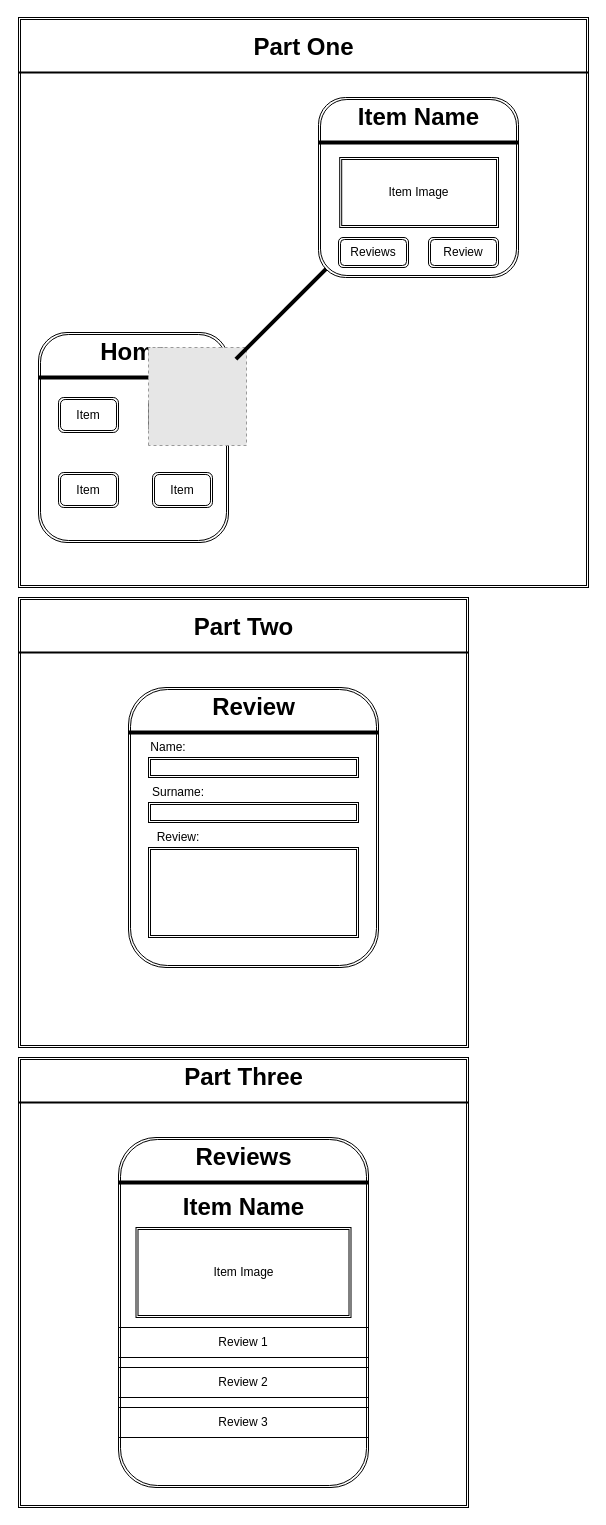
Before: Diagrams/Website Structure.drawio in ChesterEucrine/FormSite, a draw.io diagram. Source tidied: cells renumbered, new cells numbered last; positions are measured from the earlier drawing's top-left corner, leaving out a move shared by most shapes. Both pictures are drawn from the tidied source at 100%, with x=0, y=0 at pixel (18, 17). Pictures stored in the file or linked from it are replaced by grey dashed boxes.
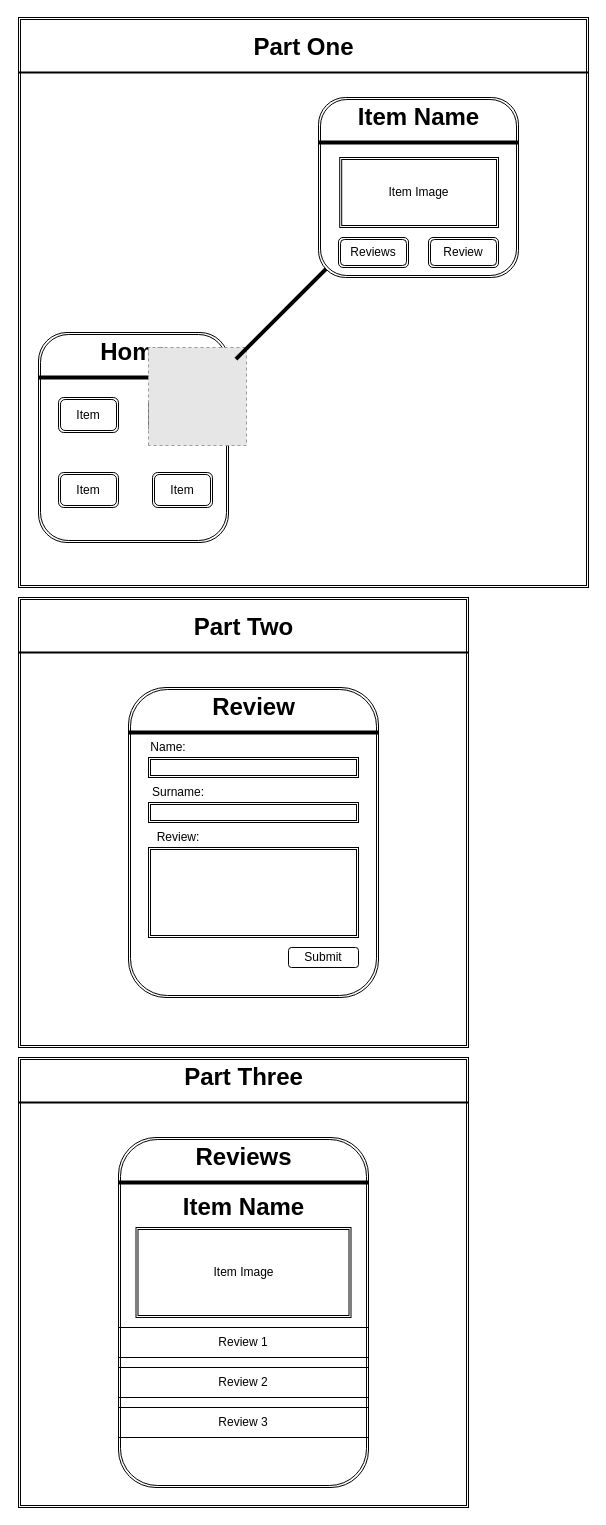
After the change.

The edit, as a diff of the source:
```diff
@@
     <mxCell id="6" style="shape=ext;double=1;rounded=1;whiteSpace=wrap;html=1;" parent="1" vertex="1">
-      <mxGeometry x="110" y="670" width="250" height="280" as="geometry" />
+      <mxGeometry x="110" y="670" width="250" height="310" as="geometry" />
     </mxCell>
@@
+    <mxCell id="47" value="Submit" style="rounded=1;whiteSpace=wrap;html=1;" parent="1" vertex="1">
+      <mxGeometry x="270" y="930" width="70" height="20" as="geometry" />
+    </mxCell>
```
